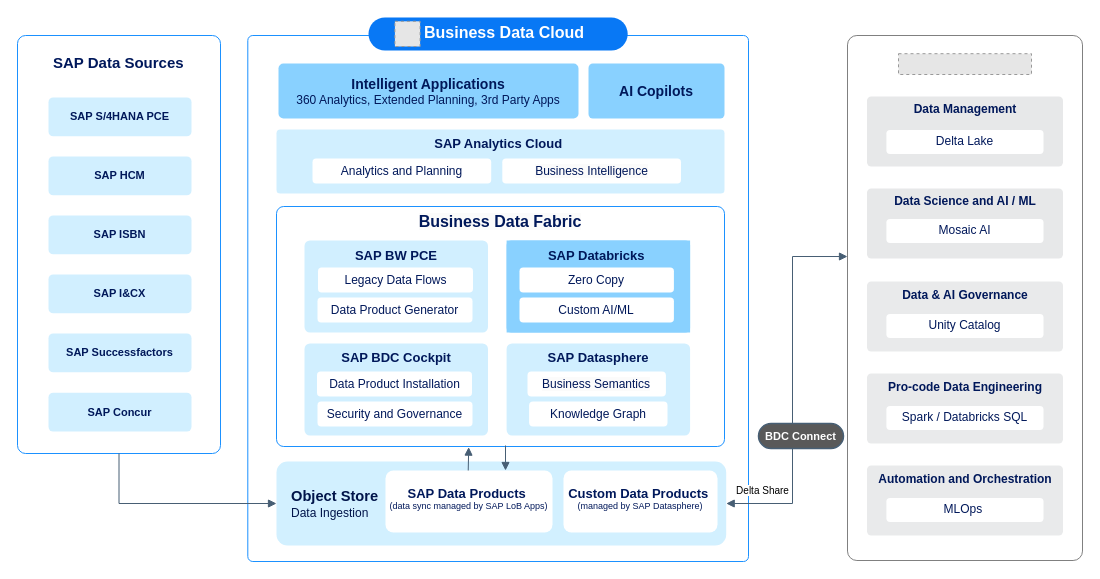
The draw.io diagram docs/ref-arch/RA0013/5-sap-databricks-in-business-data-cloud/drawio/bdc-databricks-brownfield.drawio in SAP/architecture-center, before the edit. Source tidied: cells renumbered, new cells numbered last; positions are measured from the earlier drawing's top-left corner, leaving out a move shared by most shapes. Both pictures are drawn from the tidied source at 100%, with x=0, y=0 at pixel (17, 17). Pictures stored in the file or linked from it are replaced by grey dashed boxes.
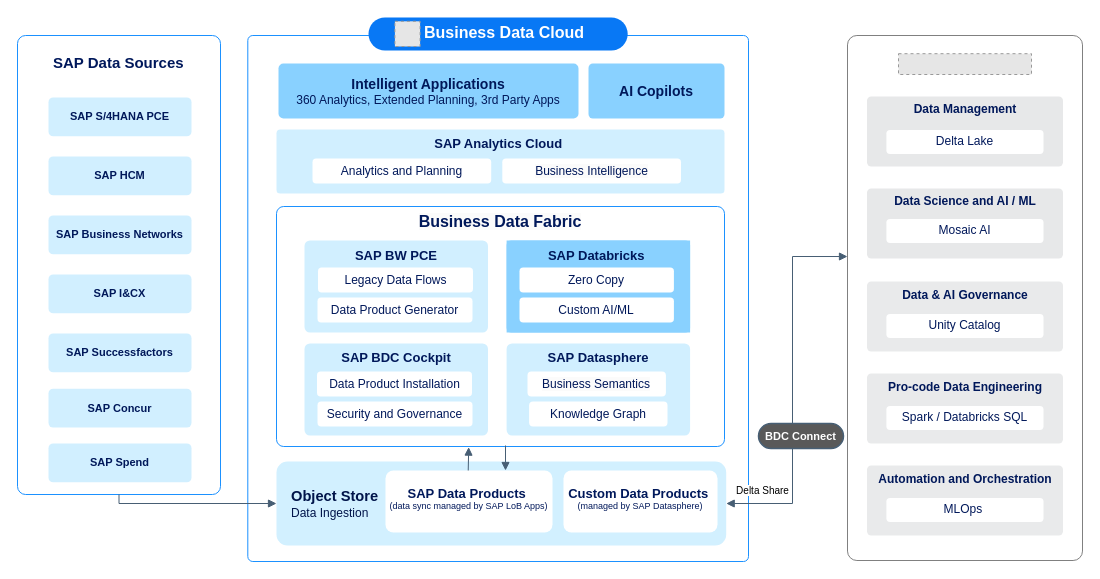
The same diagram, later.

Diff of the diagram source:
```diff
@@
     <mxCell id="6" style="rounded=1;whiteSpace=wrap;html=1;align=center;fontStyle=1;verticalAlign=middle;strokeColor=light-dark(#1b91ff, #6a6a6a);fillColor=default;strokeWidth=1;fontSize=12;fontFamily=Helvetica;fontColor=default;arcSize=4;" parent="1" vertex="1">
-      <mxGeometry y="18" width="203" height="418" as="geometry" />
+      <mxGeometry y="18" width="203" height="459" as="geometry" />
     </mxCell>
@@
-    <mxCell id="12" value="&lt;font&gt;&lt;span&gt;SAP ISBN&lt;/span&gt;&lt;/font&gt;" style="rounded=1;whiteSpace=wrap;html=1;strokeColor=none;strokeWidth=1.5;fillColor=#D1EFFF;align=center;verticalAlign=middle;fontSize=11;fontFamily=Helvetica;fontColor=light-dark(#00185A,#CCDDFF);arcSize=12;flipV=0;flipH=1;fontStyle=1;gradientColor=none;gradientDirection=south;" parent="1" vertex="1">
+    <mxCell id="12" value="&lt;font&gt;&lt;span&gt;SAP Business Networks&lt;/span&gt;&lt;/font&gt;" style="rounded=1;whiteSpace=wrap;html=1;strokeColor=none;strokeWidth=1.5;fillColor=#D1EFFF;align=center;verticalAlign=middle;fontSize=11;fontFamily=Helvetica;fontColor=light-dark(#00185A,#CCDDFF);arcSize=12;flipV=0;flipH=1;fontStyle=1;gradientColor=none;gradientDirection=south;" parent="1" vertex="1">
       <mxGeometry x="31" y="198" width="143" height="38.8" as="geometry" />
     </mxCell>
@@
     <mxCell id="33" value="&lt;font&gt;&lt;span&gt;SAP Concur&lt;/span&gt;&lt;/font&gt;" style="rounded=1;whiteSpace=wrap;html=1;strokeColor=none;strokeWidth=1.5;fillColor=#D1EFFF;align=center;verticalAlign=middle;fontSize=11;fontFamily=Helvetica;fontColor=light-dark(#00185A,#CCDDFF);arcSize=12;flipV=0;flipH=1;fontStyle=1;gradientColor=none;gradientDirection=south;" parent="1" vertex="1">
-      <mxGeometry x="31" y="375.2" width="143" height="38.8" as="geometry" />
+      <mxGeometry x="31" y="371.2" width="143" height="38.8" as="geometry" />
     </mxCell>
@@
+    <mxCell id="58" value="&lt;font&gt;&lt;span&gt;SAP Spend&lt;/span&gt;&lt;/font&gt;" style="rounded=1;whiteSpace=wrap;html=1;strokeColor=none;strokeWidth=1.5;fillColor=#D1EFFF;align=center;verticalAlign=middle;fontSize=11;fontFamily=Helvetica;fontColor=light-dark(#00185A,#CCDDFF);arcSize=12;flipV=0;flipH=1;fontStyle=1;gradientColor=none;gradientDirection=south;" parent="1" vertex="1">
+      <mxGeometry x="31" y="426" width="143" height="38.8" as="geometry" />
+    </mxCell>
```
